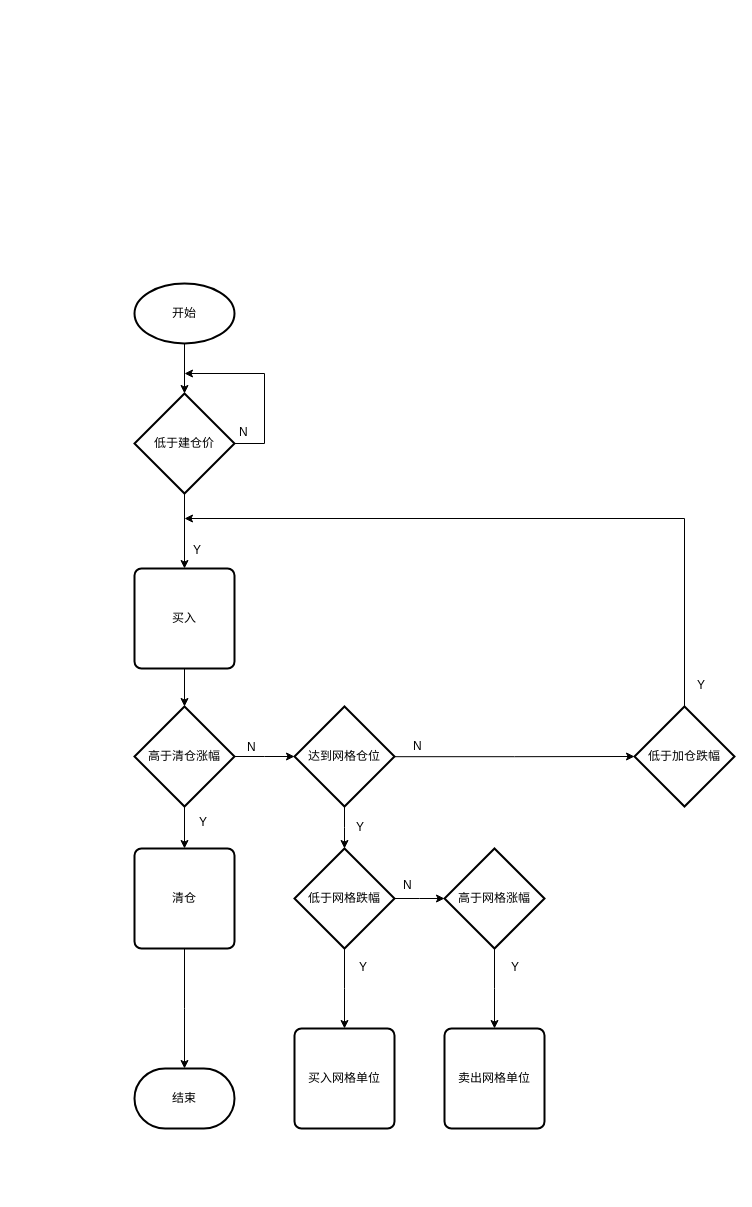
Before: 交易流程图.drawio in ZengSir/drawio, a draw.io diagram. Source tidied: cells renumbered, new cells numbered last; positions are measured from the earlier drawing's top-left corner, leaving out a move shared by most shapes. Both pictures are drawn from the tidied source at 100%, with x=0, y=0 at pixel (134, 283).
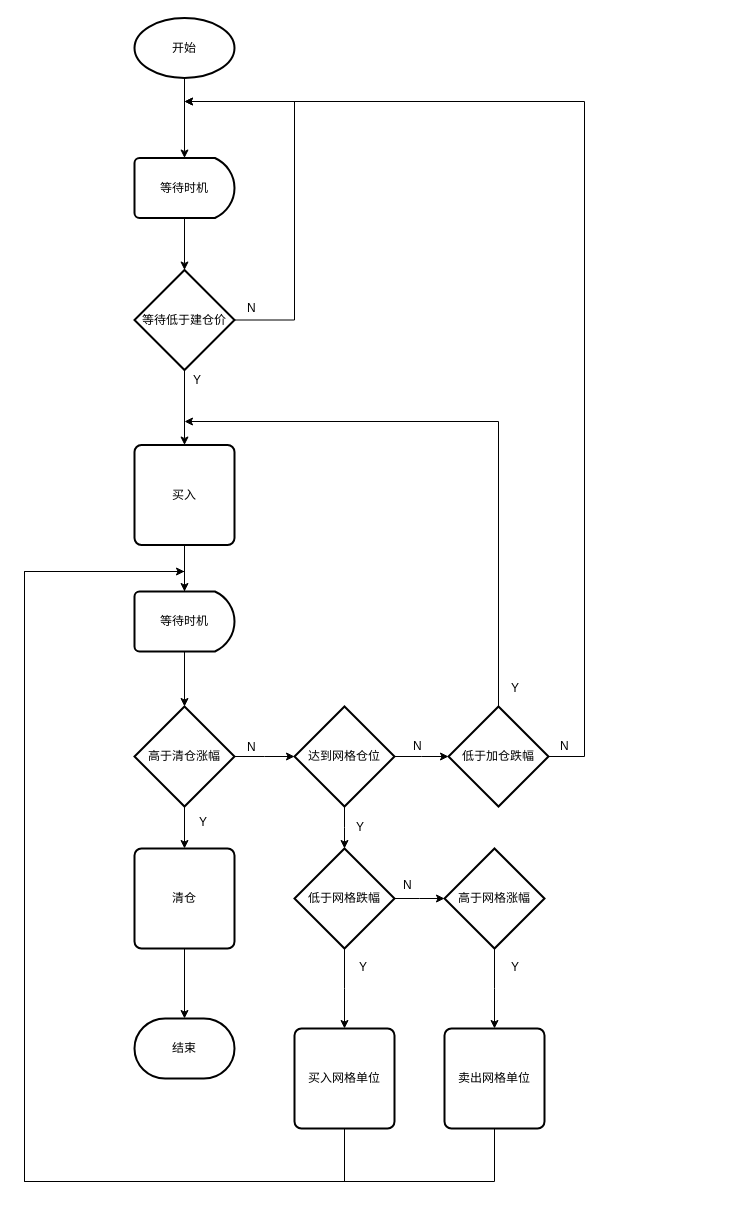
Above is the later version.

Commit message:
更新交易流程图.drawio

The change refers to these unchanged cells:
```xml
<mxCell id="16" value="达到网格仓位" style="strokeWidth=2;html=1;shape=mxgraph.flowchart.decision;whiteSpace=wrap;" parent="1" vertex="1">
  <mxGeometry x="160" y="423" width="100" height="100" as="geometry" />
</mxCell>
<mxCell id="24" value="高于清仓涨幅" style="strokeWidth=2;html=1;shape=mxgraph.flowchart.decision;whiteSpace=wrap;" parent="1" vertex="1">
  <mxGeometry y="423" width="100" height="100" as="geometry" />
</mxCell>
<mxCell id="26" value="清仓" style="rounded=1;whiteSpace=wrap;html=1;absoluteArcSize=1;arcSize=14;strokeWidth=2;" parent="1" vertex="1">
  <mxGeometry y="565" width="100" height="100" as="geometry" />
</mxCell>
<mxCell id="33" value="买入网格单位" style="rounded=1;whiteSpace=wrap;html=1;absoluteArcSize=1;arcSize=14;strokeWidth=2;" parent="1" vertex="1">
  <mxGeometry x="160" y="745" width="100" height="100" as="geometry" />
</mxCell>
<mxCell id="34" value="卖出网格单位" style="rounded=1;whiteSpace=wrap;html=1;absoluteArcSize=1;arcSize=14;strokeWidth=2;" parent="1" vertex="1">
  <mxGeometry x="310" y="745" width="100" height="100" as="geometry" />
</mxCell>
```

The edit, as a diff of the source:
```diff
@@
-    <mxCell id="2" style="edgeStyle=orthogonalEdgeStyle;rounded=0;jettySize=auto;html=1;entryX=0.5;entryY=0;entryDx=0;entryDy=0;entryPerimeter=0;" parent="1" edge="1" source="3" target="6">
-      <mxGeometry relative="1" as="geometry" />
-    </mxCell>
+    <mxCell id="38" style="edgeStyle=elbowEdgeStyle;rounded=0;jettySize=auto;html=1;exitX=0.5;exitY=1;exitDx=0;exitDy=0;exitPerimeter=0;entryX=0.5;entryY=0;entryDx=0;entryDy=0;entryPerimeter=0;" parent="1" edge="1" source="3" target="47">
+      <mxGeometry relative="1" as="geometry" />
+    </mxCell>
     <mxCell id="3" value="开始" style="strokeWidth=2;html=1;shape=mxgraph.flowchart.start_1;whiteSpace=wrap;" parent="1" vertex="1">
-      <mxGeometry width="100" height="60" as="geometry" />
+      <mxGeometry y="-265.5" width="100" height="60" as="geometry" />
     </mxCell>
@@
-    <mxCell id="5" style="edgeStyle=orthogonalEdgeStyle;rounded=0;jettySize=auto;html=1;exitX=1;exitY=0.5;exitDx=0;exitDy=0;exitPerimeter=0;" parent="1" edge="1" source="6">
-      <mxGeometry relative="1" as="geometry">
-        <mxPoint x="50" y="90" as="targetPoint" />
-        <Array as="points">
-          <mxPoint x="130" y="160" />
-          <mxPoint x="130" y="90" />
-        </Array>
-      </mxGeometry>
-    </mxCell>
+    <mxCell id="39" style="edgeStyle=elbowEdgeStyle;rounded=0;jettySize=auto;html=1;exitX=1;exitY=0.5;exitDx=0;exitDy=0;exitPerimeter=0;" parent="1" edge="1" source="6">
+      <mxGeometry relative="1" as="geometry">
+        <mxPoint x="50" y="-182" as="targetPoint" />
+        <Array as="points">
+          <mxPoint x="160" y="-75.5" />
+        </Array>
+      </mxGeometry>
+    </mxCell>
-    <mxCell id="6" value="低于建仓价" style="strokeWidth=2;html=1;shape=mxgraph.flowchart.decision;whiteSpace=wrap;" parent="1" vertex="1">
-      <mxGeometry y="110" width="100" height="100" as="geometry" />
+    <mxCell id="6" value="等待低于建仓价" style="strokeWidth=2;html=1;shape=mxgraph.flowchart.decision;whiteSpace=wrap;" parent="1" vertex="1">
+      <mxGeometry y="-13.5" width="100" height="100" as="geometry" />
     </mxCell>
-    <mxCell id="7" style="edgeStyle=orthogonalEdgeStyle;rounded=0;jettySize=auto;html=1;exitX=0.5;exitY=1;exitDx=0;exitDy=0;entryX=0.5;entryY=0;entryDx=0;entryDy=0;entryPerimeter=0;" parent="1" edge="1" source="8" target="24">
-      <mxGeometry relative="1" as="geometry" />
-    </mxCell>
+    <mxCell id="40" style="edgeStyle=orthogonalEdgeStyle;rounded=0;jettySize=auto;html=1;exitX=0.5;exitY=1;exitDx=0;exitDy=0;entryX=0.5;entryY=0;entryDx=0;entryDy=0;entryPerimeter=0;" parent="1" edge="1" source="8" target="49">
+      <mxGeometry relative="1" as="geometry" />
+    </mxCell>
     <mxCell id="8" value="买入" style="rounded=1;whiteSpace=wrap;html=1;absoluteArcSize=1;arcSize=14;strokeWidth=2;" parent="1" vertex="1">
-      <mxGeometry y="285" width="100" height="100" as="geometry" />
+      <mxGeometry y="161.5" width="100" height="100" as="geometry" />
     </mxCell>
     <mxCell id="9" value="N" style="text;html=1;align=left;verticalAlign=top;spacingTop=-4;" parent="1" vertex="1">
-      <mxGeometry x="103" y="139" width="20" height="20" as="geometry" />
+      <mxGeometry x="111" y="14.5" width="20" height="20" as="geometry" />
     </mxCell>
     <mxCell id="10" value="Y&lt;br&gt;" style="text;html=1;align=left;verticalAlign=top;spacingTop=-4;" parent="1" vertex="1">
-      <mxGeometry x="57" y="257" width="20" height="20" as="geometry" />
+      <mxGeometry x="57" y="86.5" width="20" height="20" as="geometry" />
     </mxCell>
-    <mxCell id="11" style="edgeStyle=orthogonalEdgeStyle;rounded=0;jettySize=auto;html=1;exitX=0.5;exitY=0;exitDx=0;exitDy=0;exitPerimeter=0;" parent="1" edge="1" source="12">
-      <mxGeometry relative="1" as="geometry">
-        <mxPoint x="50" y="235" as="targetPoint" />
-        <Array as="points">
-          <mxPoint x="550" y="235" />
-        </Array>
-      </mxGeometry>
-    </mxCell>
+    <mxCell id="41" style="edgeStyle=elbowEdgeStyle;rounded=0;jettySize=auto;html=1;exitX=1;exitY=0.5;exitDx=0;exitDy=0;exitPerimeter=0;" parent="1" edge="1" source="12">
+      <mxGeometry relative="1" as="geometry">
+        <mxPoint x="50" y="-182" as="targetPoint" />
+        <Array as="points">
+          <mxPoint x="450" y="278" />
+        </Array>
+      </mxGeometry>
+    </mxCell>
+    <mxCell id="42" style="edgeStyle=elbowEdgeStyle;rounded=0;jettySize=auto;html=1;exitX=0.5;exitY=0;exitDx=0;exitDy=0;exitPerimeter=0;" parent="1" edge="1" source="12">
+      <mxGeometry relative="1" as="geometry">
+        <mxPoint x="50" y="138" as="targetPoint" />
+        <Array as="points">
+          <mxPoint x="364" y="358" />
+        </Array>
+      </mxGeometry>
+    </mxCell>
     <mxCell id="12" value="低于加仓跌幅" style="strokeWidth=2;html=1;shape=mxgraph.flowchart.decision;whiteSpace=wrap;" parent="1" vertex="1">
-      <mxGeometry x="500" y="423" width="100" height="100" as="geometry" />
+      <mxGeometry x="314" y="423" width="100" height="100" as="geometry" />
     </mxCell>
-    <mxCell id="13" style="edgeStyle=elbowEdgeStyle;rounded=0;jettySize=auto;html=1;exitX=1;exitY=0.5;exitDx=0;exitDy=0;exitPerimeter=0;entryX=0;entryY=0.5;entryDx=0;entryDy=0;entryPerimeter=0;" parent="1" edge="1" target="12">
-      <mxGeometry relative="1" as="geometry">
-        <mxPoint x="259.5" y="473.2" as="sourcePoint" />
-      </mxGeometry>
-    </mxCell>
@@
+    <mxCell id="43" style="edgeStyle=elbowEdgeStyle;rounded=0;jettySize=auto;html=1;exitX=1;exitY=0.5;exitDx=0;exitDy=0;exitPerimeter=0;entryX=0;entryY=0.5;entryDx=0;entryDy=0;entryPerimeter=0;" parent="1" edge="1" source="16" target="12">
+      <mxGeometry relative="1" as="geometry" />
+    </mxCell>
@@
-    <mxCell id="25" style="edgeStyle=elbowEdgeStyle;rounded=0;jettySize=auto;html=1;exitX=0.5;exitY=1;exitDx=0;exitDy=0;entryX=0.5;entryY=0;entryDx=0;entryDy=0;entryPerimeter=0;" parent="1" edge="1" source="26" target="30">
+    <mxCell id="25" style="edgeStyle=orthogonalEdgeStyle;rounded=0;jettySize=auto;html=1;exitX=0.5;exitY=1;exitDx=0;exitDy=0;entryX=0.5;entryY=0;entryDx=0;entryDy=0;entryPerimeter=0;" parent="1" edge="1" source="26" target="30">
       <mxGeometry relative="1" as="geometry" />
     </mxCell>
@@
     <mxCell id="30" value="结束&lt;br&gt;" style="strokeWidth=2;html=1;shape=mxgraph.flowchart.terminator;whiteSpace=wrap;" parent="1" vertex="1">
-      <mxGeometry y="785" width="100" height="60" as="geometry" />
+      <mxGeometry y="735" width="100" height="60" as="geometry" />
     </mxCell>
@@
+    <mxCell id="44" style="edgeStyle=orthogonalEdgeStyle;rounded=0;jettySize=auto;html=1;exitX=0.5;exitY=1;exitDx=0;exitDy=0;elbow=vertical;entryX=0.5;entryY=0;entryDx=0;entryDy=0;entryPerimeter=0;" parent="1" edge="1" source="33" target="24">
+      <mxGeometry relative="1" as="geometry">
+        <Array as="points">
+          <mxPoint x="210" y="898" />
+          <mxPoint x="-110" y="898" />
+          <mxPoint x="-110" y="288" />
+          <mxPoint x="50" y="288" />
+        </Array>
+      </mxGeometry>
+    </mxCell>
@@
+    <mxCell id="45" style="edgeStyle=orthogonalEdgeStyle;rounded=0;jettySize=auto;html=1;exitX=0.5;exitY=1;exitDx=0;exitDy=0;" parent="1" edge="1" source="34">
+      <mxGeometry relative="1" as="geometry">
+        <mxPoint x="50" y="288" as="targetPoint" />
+        <Array as="points">
+          <mxPoint x="360" y="898" />
+          <mxPoint x="-110" y="898" />
+          <mxPoint x="-110" y="288" />
+        </Array>
+      </mxGeometry>
+    </mxCell>
@@
     <mxCell id="37" value="Y" style="text;html=1;align=left;verticalAlign=top;spacingTop=-4;" parent="1" vertex="1">
-      <mxGeometry x="561" y="392" width="20" height="20" as="geometry" />
+      <mxGeometry x="375" y="395" width="20" height="20" as="geometry" />
     </mxCell>
+    <mxCell id="46" style="edgeStyle=elbowEdgeStyle;rounded=0;jettySize=auto;html=1;exitX=0.5;exitY=1;exitDx=0;exitDy=0;exitPerimeter=0;entryX=0.5;entryY=0;entryDx=0;entryDy=0;entryPerimeter=0;" parent="1" edge="1" source="47" target="6">
+      <mxGeometry relative="1" as="geometry" />
+    </mxCell>
+    <mxCell id="47" value="等待时机" style="strokeWidth=2;html=1;shape=mxgraph.flowchart.delay;whiteSpace=wrap;" parent="1" vertex="1">
+      <mxGeometry y="-125.5" width="100" height="60" as="geometry" />
+    </mxCell>
+    <mxCell id="48" value="N" style="text;html=1;align=left;verticalAlign=top;spacingTop=-4;" parent="1" vertex="1">
+      <mxGeometry x="424" y="453" width="20" height="20" as="geometry" />
+    </mxCell>
+    <mxCell id="49" value="等待时机" style="strokeWidth=2;html=1;shape=mxgraph.flowchart.delay;whiteSpace=wrap;" parent="1" vertex="1">
+      <mxGeometry y="308" width="100" height="60" as="geometry" />
+    </mxCell>
```
